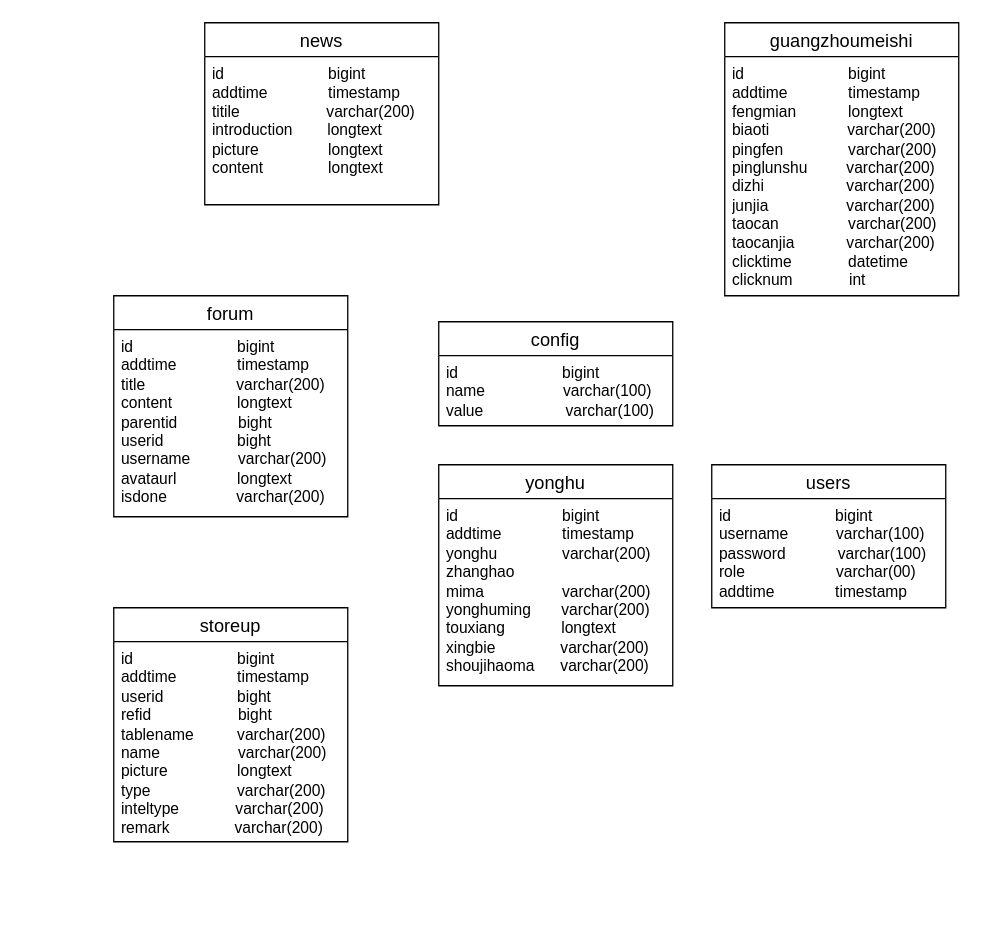
The draw.io diagram 未命名绘图.drawio in Ashigogo/Ashigogo, before the edit. Source tidied: cells renumbered, new cells numbered last; positions are measured from the earlier drawing's top-left corner, leaving out a move shared by most shapes. Both pictures are drawn from the tidied source at 130%, with x=0, y=0 at pixel (113, 22).
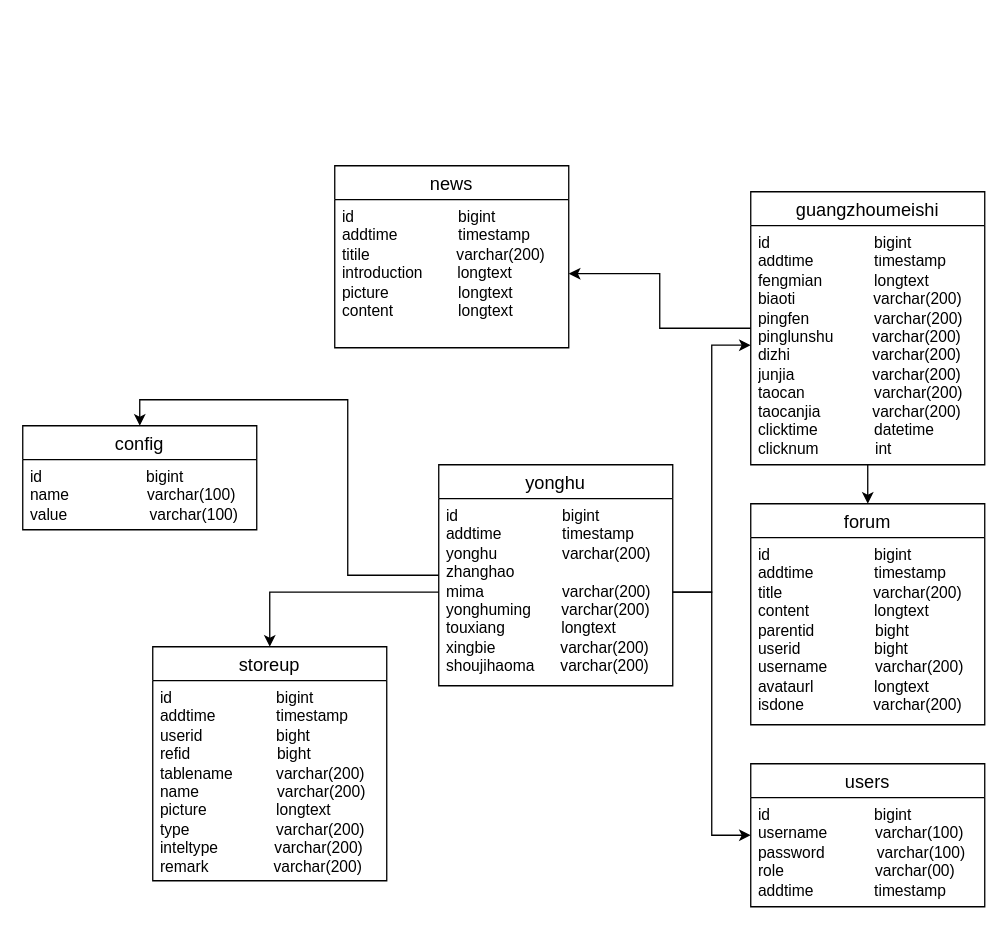
The same diagram, later.

Commit message:
更新未命名绘图.drawio

The change refers to these unchanged cells:
```xml
<mxCell id="3" value="id&amp;nbsp; &amp;nbsp; &amp;nbsp; &amp;nbsp; &amp;nbsp; &amp;nbsp; &amp;nbsp; &amp;nbsp; &amp;nbsp; &amp;nbsp; &amp;nbsp; &amp;nbsp; bigint&lt;br&gt;addtime&amp;nbsp; &amp;nbsp; &amp;nbsp; &amp;nbsp; &amp;nbsp; &amp;nbsp; &amp;nbsp; timestamp&lt;br&gt;titile&amp;nbsp; &amp;nbsp; &amp;nbsp; &amp;nbsp; &amp;nbsp; &amp;nbsp; &amp;nbsp; &amp;nbsp; &amp;nbsp; &amp;nbsp; varchar(200)&lt;br&gt;introduction&amp;nbsp; &amp;nbsp; &amp;nbsp; &amp;nbsp; longtext&lt;br&gt;picture&amp;nbsp; &amp;nbsp; &amp;nbsp; &amp;nbsp; &amp;nbsp; &amp;nbsp; &amp;nbsp; &amp;nbsp; longtext&lt;br&gt;content&amp;nbsp; &amp;nbsp; &amp;nbsp; &amp;nbsp; &amp;nbsp; &amp;nbsp; &amp;nbsp; &amp;nbsp;longtext" style="text;strokeColor=none;fillColor=none;spacingLeft=4;spacingRight=4;overflow=hidden;points=[[0,0.5],[1,0.5]];portConstraint=eastwest;fontSize=12;whiteSpace=wrap;html=1;" parent="2" vertex="1">
  <mxGeometry y="26" width="180" height="114" as="geometry" />
</mxCell>
<mxCell id="5" value="id&amp;nbsp; &amp;nbsp; &amp;nbsp; &amp;nbsp; &amp;nbsp; &amp;nbsp; &amp;nbsp; &amp;nbsp; &amp;nbsp; &amp;nbsp; &amp;nbsp; &amp;nbsp; bigint&lt;br&gt;addtime&amp;nbsp; &amp;nbsp; &amp;nbsp; &amp;nbsp; &amp;nbsp; &amp;nbsp; &amp;nbsp; timestamp&lt;br&gt;fengmian&amp;nbsp; &amp;nbsp; &amp;nbsp; &amp;nbsp; &amp;nbsp; &amp;nbsp; longtext&lt;br&gt;biaoti&amp;nbsp; &amp;nbsp; &amp;nbsp; &amp;nbsp; &amp;nbsp; &amp;nbsp; &amp;nbsp; &amp;nbsp; &amp;nbsp; varchar(200)&lt;br&gt;pingfen&amp;nbsp; &amp;nbsp; &amp;nbsp; &amp;nbsp; &amp;nbsp; &amp;nbsp; &amp;nbsp; &amp;nbsp;varchar(200)&lt;br&gt;pinglunshu&amp;nbsp; &amp;nbsp; &amp;nbsp; &amp;nbsp; &amp;nbsp;varchar(200)&lt;br&gt;dizhi&amp;nbsp; &amp;nbsp; &amp;nbsp; &amp;nbsp; &amp;nbsp; &amp;nbsp; &amp;nbsp; &amp;nbsp; &amp;nbsp; &amp;nbsp;varchar(200)&lt;br&gt;junjia&amp;nbsp; &amp;nbsp; &amp;nbsp; &amp;nbsp; &amp;nbsp; &amp;nbsp; &amp;nbsp; &amp;nbsp; &amp;nbsp; varchar(200)&lt;br&gt;taocan&amp;nbsp; &amp;nbsp; &amp;nbsp; &amp;nbsp; &amp;nbsp; &amp;nbsp; &amp;nbsp; &amp;nbsp; varchar(200)&lt;br&gt;taocanjia&amp;nbsp; &amp;nbsp; &amp;nbsp; &amp;nbsp; &amp;nbsp; &amp;nbsp; varchar(200)&lt;br&gt;clicktime&amp;nbsp; &amp;nbsp; &amp;nbsp; &amp;nbsp; &amp;nbsp; &amp;nbsp; &amp;nbsp;datetime&lt;br&gt;clicknum&amp;nbsp; &amp;nbsp; &amp;nbsp; &amp;nbsp; &amp;nbsp; &amp;nbsp; &amp;nbsp;int" style="text;strokeColor=none;fillColor=none;spacingLeft=4;spacingRight=4;overflow=hidden;points=[[0,0.5],[1,0.5]];portConstraint=eastwest;fontSize=12;whiteSpace=wrap;html=1;" parent="4" vertex="1">
  <mxGeometry y="26" width="180" height="184" as="geometry" />
</mxCell>
<mxCell id="10" value="yonghu" style="swimlane;fontStyle=0;horizontal=1;startSize=26;align=center;fontSize=14;" parent="1" vertex="1">
  <mxGeometry x="250" y="340" width="180" height="170" as="geometry" />
</mxCell>
<mxCell id="11" value="id&amp;nbsp; &amp;nbsp; &amp;nbsp; &amp;nbsp; &amp;nbsp; &amp;nbsp; &amp;nbsp; &amp;nbsp; &amp;nbsp; &amp;nbsp; &amp;nbsp; &amp;nbsp; bigint&lt;br&gt;addtime&amp;nbsp; &amp;nbsp; &amp;nbsp; &amp;nbsp; &amp;nbsp; &amp;nbsp; &amp;nbsp; timestamp&lt;br&gt;yonghu&amp;nbsp; &amp;nbsp; &amp;nbsp; &amp;nbsp; &amp;nbsp; &amp;nbsp; &amp;nbsp; &amp;nbsp;varchar(200)&lt;br&gt;zhanghao&amp;nbsp; &amp;nbsp; &amp;nbsp; &amp;nbsp; &amp;nbsp; &amp;nbsp; &amp;nbsp; &amp;nbsp; &amp;nbsp;&amp;nbsp;&lt;br&gt;mima&amp;nbsp; &amp;nbsp; &amp;nbsp; &amp;nbsp; &amp;nbsp; &amp;nbsp; &amp;nbsp; &amp;nbsp; &amp;nbsp; varchar(200)&lt;br&gt;yonghuming&amp;nbsp; &amp;nbsp; &amp;nbsp; &amp;nbsp;varchar(200)&lt;br&gt;touxiang&amp;nbsp; &amp;nbsp; &amp;nbsp; &amp;nbsp; &amp;nbsp; &amp;nbsp; &amp;nbsp;longtext&lt;br&gt;xingbie&amp;nbsp; &amp;nbsp; &amp;nbsp; &amp;nbsp; &amp;nbsp; &amp;nbsp; &amp;nbsp; &amp;nbsp;varchar(200)&lt;br&gt;shoujihaoma&amp;nbsp; &amp;nbsp; &amp;nbsp; varchar(200)" style="text;strokeColor=none;fillColor=none;spacingLeft=4;spacingRight=4;overflow=hidden;points=[[0,0.5],[1,0.5]];portConstraint=eastwest;fontSize=12;whiteSpace=wrap;html=1;" parent="10" vertex="1">
  <mxGeometry y="26" width="180" height="144" as="geometry" />
</mxCell>
```

Diff of the diagram source:
```diff
@@
     <mxCell id="2" value="news" style="swimlane;fontStyle=0;horizontal=1;startSize=26;align=center;fontSize=14;" parent="1" vertex="1">
-      <mxGeometry x="70" width="180" height="140" as="geometry" />
+      <mxGeometry x="170" y="110" width="180" height="140" as="geometry" />
     </mxCell>
@@
+    <mxCell id="16" style="edgeStyle=orthogonalEdgeStyle;rounded=0;jettySize=auto;html=1;entryX=1;entryY=0.5;entryDx=0;entryDy=0;fontFamily=Helvetica;fontSize=12;fontColor=default;" parent="1" edge="1" source="4" target="3">
+      <mxGeometry relative="1" as="geometry" />
+    </mxCell>
+    <mxCell id="17" style="edgeStyle=orthogonalEdgeStyle;rounded=0;jettySize=auto;html=1;entryX=0.5;entryY=0;entryDx=0;entryDy=0;fontFamily=Helvetica;fontSize=12;fontColor=default;" parent="1" edge="1" source="4" target="8">
+      <mxGeometry relative="1" as="geometry" />
+    </mxCell>
     <mxCell id="4" value="guangzhoumeishi" style="swimlane;fontStyle=0;horizontal=1;startSize=26;align=center;fontSize=14;" parent="1" vertex="1">
-      <mxGeometry x="470" width="180" height="210" as="geometry" />
+      <mxGeometry x="490" y="130" width="180" height="210" as="geometry" />
     </mxCell>
@@
     <mxCell id="6" value="config" style="swimlane;fontStyle=0;horizontal=1;startSize=26;align=center;fontSize=14;" parent="1" vertex="1">
-      <mxGeometry x="250" y="230" width="180" height="80" as="geometry" />
+      <mxGeometry x="-70" y="310" width="180" height="80" as="geometry" />
     </mxCell>
@@
     <mxCell id="8" value="forum" style="swimlane;fontStyle=0;horizontal=1;startSize=26;align=center;fontSize=14;" parent="1" vertex="1">
-      <mxGeometry y="210" width="180" height="170" as="geometry" />
+      <mxGeometry x="490" y="370" width="180" height="170" as="geometry" />
     </mxCell>
@@
+    <mxCell id="18" style="edgeStyle=orthogonalEdgeStyle;rounded=0;jettySize=auto;html=1;entryX=0.5;entryY=0;entryDx=0;entryDy=0;fontFamily=Helvetica;fontSize=12;fontColor=default;" parent="1" edge="1" source="10" target="6">
+      <mxGeometry relative="1" as="geometry" />
+    </mxCell>
@@
     <mxCell id="12" value="users" style="swimlane;fontStyle=0;horizontal=1;startSize=26;align=center;fontSize=14;" parent="1" vertex="1">
-      <mxGeometry x="460" y="340" width="180" height="110" as="geometry" />
+      <mxGeometry x="490" y="570" width="180" height="110" as="geometry" />
     </mxCell>
@@
     <mxCell id="14" value="storeup" style="swimlane;fontStyle=0;horizontal=1;startSize=26;align=center;fontSize=14;" parent="1" vertex="1">
-      <mxGeometry y="450" width="180" height="180" as="geometry" />
+      <mxGeometry x="30" y="480" width="180" height="180" as="geometry" />
     </mxCell>
@@
+    <mxCell id="19" style="edgeStyle=orthogonalEdgeStyle;rounded=0;jettySize=auto;html=1;entryX=0;entryY=0.5;entryDx=0;entryDy=0;fontFamily=Helvetica;fontSize=12;fontColor=default;" parent="1" edge="1" source="11" target="12">
+      <mxGeometry relative="1" as="geometry" />
+    </mxCell>
+    <mxCell id="20" style="edgeStyle=orthogonalEdgeStyle;rounded=0;jettySize=auto;html=1;entryX=0;entryY=0.5;entryDx=0;entryDy=0;fontFamily=Helvetica;fontSize=12;fontColor=default;" parent="1" edge="1" source="11" target="5">
+      <mxGeometry relative="1" as="geometry" />
+    </mxCell>
+    <mxCell id="21" style="edgeStyle=orthogonalEdgeStyle;rounded=0;jettySize=auto;html=1;entryX=0.5;entryY=0;entryDx=0;entryDy=0;fontFamily=Helvetica;fontSize=12;fontColor=default;" parent="1" edge="1" source="11" target="14">
+      <mxGeometry relative="1" as="geometry" />
+    </mxCell>
```
